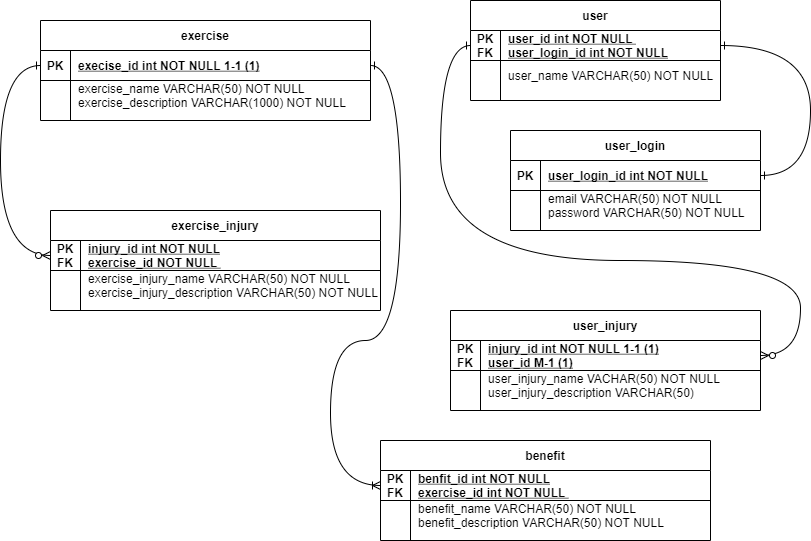
Above: documentation/Logical Design.png in CS480UIC/cs480-final-project-aging_population_fitness (draw.io), before the change. Source tidied: cells renumbered, new cells last; positions are measured from the earlier drawing's top-left corner, leaving out a move shared by most shapes. The source it was exported from:
```xml
<mxGraphModel>
  <root>
    <mxCell id="0" />
    <mxCell id="1" parent="0" />
    <mxCell id="2" value="exercise" style="shape=table;startSize=30;rowLines=0;fontStyle=1;align=center;" parent="1" vertex="1">
      <mxGeometry x="40" y="20" width="330" height="100" as="geometry" />
    </mxCell>
    <mxCell id="3" style="shape=partialRectangle;fillColor=none;points=[[0,0.5],[1,0.5]];portConstraint=eastwest;top=0;left=0;right=0;bottom=1;" parent="2" vertex="1">
      <mxGeometry y="30" width="330" height="30" as="geometry" />
    </mxCell>
    <mxCell id="4" value="PK" style="shape=partialRectangle;overflow=hidden;fillColor=none;top=0;left=0;bottom=0;right=0;fontStyle=1;" parent="3" vertex="1">
      <mxGeometry width="30" height="30" as="geometry" />
    </mxCell>
    <mxCell id="5" value="execise_id int NOT NULL 1-1 (1)" style="shape=partialRectangle;overflow=hidden;fillColor=none;top=0;left=0;bottom=0;right=0;align=left;spacingLeft=6;fontStyle=5;" parent="3" vertex="1">
      <mxGeometry x="30" width="300" height="30" as="geometry" />
    </mxCell>
    <mxCell id="6" style="shape=partialRectangle;fillColor=none;top=0;left=0;right=0;bottom=0;" parent="2" vertex="1">
      <mxGeometry y="60" width="330" height="30" as="geometry" />
    </mxCell>
    <mxCell id="7" style="shape=partialRectangle;overflow=hidden;fillColor=none;top=0;left=0;bottom=0;right=0;" parent="6" vertex="1">
      <mxGeometry width="30" height="30" as="geometry" />
    </mxCell>
    <mxCell id="8" value="exercise_name VARCHAR(50) NOT NULL&#10;exercise_description VARCHAR(1000) NOT NULL " style="shape=partialRectangle;overflow=hidden;fillColor=none;top=0;left=0;bottom=0;right=0;align=left;spacingLeft=6;" parent="6" vertex="1">
      <mxGeometry x="30" width="300" height="30" as="geometry" />
    </mxCell>
    <mxCell id="9" value="user" style="shape=table;startSize=30;rowLines=0;fontStyle=1;align=center;" parent="1" vertex="1">
      <mxGeometry x="470" width="250" height="100" as="geometry" />
    </mxCell>
    <mxCell id="10" style="shape=partialRectangle;fillColor=none;points=[[0,0.5],[1,0.5]];portConstraint=eastwest;top=0;left=0;right=0;bottom=1;" parent="9" vertex="1">
      <mxGeometry y="30" width="250" height="30" as="geometry" />
    </mxCell>
    <mxCell id="11" value="PK&#10;FK" style="shape=partialRectangle;overflow=hidden;fillColor=none;top=0;left=0;bottom=0;right=0;fontStyle=1;" parent="10" vertex="1">
      <mxGeometry width="30" height="30" as="geometry" />
    </mxCell>
    <mxCell id="12" value="user_id int NOT NULL &#10;user_login_id int NOT NULL" style="shape=partialRectangle;overflow=hidden;fillColor=none;top=0;left=0;bottom=0;right=0;align=left;spacingLeft=6;fontStyle=5;" parent="10" vertex="1">
      <mxGeometry x="30" width="220" height="30" as="geometry" />
    </mxCell>
    <mxCell id="13" style="shape=partialRectangle;fillColor=none;top=0;left=0;right=0;bottom=0;" parent="9" vertex="1">
      <mxGeometry y="60" width="250" height="30" as="geometry" />
    </mxCell>
    <mxCell id="14" style="shape=partialRectangle;overflow=hidden;fillColor=none;top=0;left=0;bottom=0;right=0;" parent="13" vertex="1">
      <mxGeometry width="30" height="30" as="geometry" />
    </mxCell>
    <mxCell id="15" value="user_name VARCHAR(50) NOT NULL " style="shape=partialRectangle;overflow=hidden;fillColor=none;top=0;left=0;bottom=0;right=0;align=left;spacingLeft=6;" parent="13" vertex="1">
      <mxGeometry x="30" width="220" height="30" as="geometry" />
    </mxCell>
    <mxCell id="16" value="user_login" style="shape=table;startSize=30;rowLines=0;fontStyle=1;align=center;" parent="1" vertex="1">
      <mxGeometry x="510" y="130" width="250" height="100" as="geometry" />
    </mxCell>
    <mxCell id="17" style="shape=partialRectangle;fillColor=none;points=[[0,0.5],[1,0.5]];portConstraint=eastwest;top=0;left=0;right=0;bottom=1;" parent="16" vertex="1">
      <mxGeometry y="30" width="250" height="30" as="geometry" />
    </mxCell>
    <mxCell id="18" value="PK" style="shape=partialRectangle;overflow=hidden;fillColor=none;top=0;left=0;bottom=0;right=0;fontStyle=1;" parent="17" vertex="1">
      <mxGeometry width="30" height="30" as="geometry" />
    </mxCell>
    <mxCell id="19" value="user_login_id int NOT NULL" style="shape=partialRectangle;overflow=hidden;fillColor=none;top=0;left=0;bottom=0;right=0;align=left;spacingLeft=6;fontStyle=5;" parent="17" vertex="1">
      <mxGeometry x="30" width="220" height="30" as="geometry" />
    </mxCell>
    <mxCell id="20" style="shape=partialRectangle;fillColor=none;top=0;left=0;right=0;bottom=0;" parent="16" vertex="1">
      <mxGeometry y="60" width="250" height="30" as="geometry" />
    </mxCell>
    <mxCell id="21" style="shape=partialRectangle;overflow=hidden;fillColor=none;top=0;left=0;bottom=0;right=0;" parent="20" vertex="1">
      <mxGeometry width="30" height="30" as="geometry" />
    </mxCell>
    <mxCell id="22" value="email VARCHAR(50) NOT NULL &#10;password VARCHAR(50) NOT NULL " style="shape=partialRectangle;overflow=hidden;fillColor=none;top=0;left=0;bottom=0;right=0;align=left;spacingLeft=6;" parent="20" vertex="1">
      <mxGeometry x="30" width="220" height="30" as="geometry" />
    </mxCell>
    <mxCell id="23" value="user_injury" style="shape=table;startSize=30;rowLines=0;fontStyle=1;align=center;" parent="1" vertex="1">
      <mxGeometry x="450" y="310" width="310" height="100" as="geometry" />
    </mxCell>
    <mxCell id="24" style="shape=partialRectangle;fillColor=none;points=[[0,0.5],[1,0.5]];portConstraint=eastwest;top=0;left=0;right=0;bottom=1;" parent="23" vertex="1">
      <mxGeometry y="30" width="310" height="30" as="geometry" />
    </mxCell>
    <mxCell id="25" value="PK&#10;FK" style="shape=partialRectangle;overflow=hidden;fillColor=none;top=0;left=0;bottom=0;right=0;fontStyle=1;" parent="24" vertex="1">
      <mxGeometry width="30" height="30" as="geometry" />
    </mxCell>
    <mxCell id="26" value="injury_id int NOT NULL 1-1 (1)&#10;user_id M-1 (1)" style="shape=partialRectangle;overflow=hidden;fillColor=none;top=0;left=0;bottom=0;right=0;align=left;spacingLeft=6;fontStyle=5;" parent="24" vertex="1">
      <mxGeometry x="30" width="280" height="30" as="geometry" />
    </mxCell>
    <mxCell id="27" style="shape=partialRectangle;fillColor=none;top=0;left=0;right=0;bottom=0;" parent="23" vertex="1">
      <mxGeometry y="60" width="310" height="30" as="geometry" />
    </mxCell>
    <mxCell id="28" style="shape=partialRectangle;overflow=hidden;fillColor=none;top=0;left=0;bottom=0;right=0;" parent="27" vertex="1">
      <mxGeometry width="30" height="30" as="geometry" />
    </mxCell>
    <mxCell id="29" value="user_injury_name VACHAR(50) NOT NULL &#10;user_injury_description VARCHAR(50) " style="shape=partialRectangle;overflow=hidden;fillColor=none;top=0;left=0;bottom=0;right=0;align=left;spacingLeft=6;" parent="27" vertex="1">
      <mxGeometry x="30" width="280" height="30" as="geometry" />
    </mxCell>
    <mxCell id="30" value="benefit" style="shape=table;startSize=30;rowLines=0;fontStyle=1;align=center;" parent="1" vertex="1">
      <mxGeometry x="380" y="440" width="330" height="100" as="geometry" />
    </mxCell>
    <mxCell id="31" style="shape=partialRectangle;fillColor=none;points=[[0,0.5],[1,0.5]];portConstraint=eastwest;top=0;left=0;right=0;bottom=1;" parent="30" vertex="1">
      <mxGeometry y="30" width="330" height="30" as="geometry" />
    </mxCell>
    <mxCell id="32" value="PK&#10;FK" style="shape=partialRectangle;overflow=hidden;fillColor=none;top=0;left=0;bottom=0;right=0;fontStyle=1;" parent="31" vertex="1">
      <mxGeometry width="30" height="30" as="geometry" />
    </mxCell>
    <mxCell id="33" value="benfit_id int NOT NULL&#10;exercise_id int NOT NULL " style="shape=partialRectangle;overflow=hidden;fillColor=none;top=0;left=0;bottom=0;right=0;align=left;spacingLeft=6;fontStyle=5;" parent="31" vertex="1">
      <mxGeometry x="30" width="300" height="30" as="geometry" />
    </mxCell>
    <mxCell id="34" style="shape=partialRectangle;fillColor=none;top=0;left=0;right=0;bottom=0;" parent="30" vertex="1">
      <mxGeometry y="60" width="330" height="30" as="geometry" />
    </mxCell>
    <mxCell id="35" style="shape=partialRectangle;overflow=hidden;fillColor=none;top=0;left=0;bottom=0;right=0;" parent="34" vertex="1">
      <mxGeometry width="30" height="30" as="geometry" />
    </mxCell>
    <mxCell id="36" value="benefit_name VARCHAR(50) NOT NULL &#10;benefit_description VARCHAR(50) NOT NULL " style="shape=partialRectangle;overflow=hidden;fillColor=none;top=0;left=0;bottom=0;right=0;align=left;spacingLeft=6;" parent="34" vertex="1">
      <mxGeometry x="30" width="300" height="30" as="geometry" />
    </mxCell>
    <mxCell id="37" value="exercise_injury" style="shape=table;startSize=30;rowLines=0;fontStyle=1;align=center;" parent="1" vertex="1">
      <mxGeometry x="50" y="210" width="330" height="100" as="geometry" />
    </mxCell>
    <mxCell id="38" style="shape=partialRectangle;fillColor=none;points=[[0,0.5],[1,0.5]];portConstraint=eastwest;top=0;left=0;right=0;bottom=1;" parent="37" vertex="1">
      <mxGeometry y="30" width="330" height="30" as="geometry" />
    </mxCell>
    <mxCell id="39" value="PK&#10;FK" style="shape=partialRectangle;overflow=hidden;fillColor=none;top=0;left=0;bottom=0;right=0;fontStyle=1;" parent="38" vertex="1">
      <mxGeometry width="30" height="30" as="geometry" />
    </mxCell>
    <mxCell id="40" value="injury_id int NOT NULL&#10;exercise_id NOT NULL " style="shape=partialRectangle;overflow=hidden;fillColor=none;top=0;left=0;bottom=0;right=0;align=left;spacingLeft=6;fontStyle=5;" parent="38" vertex="1">
      <mxGeometry x="30" width="300" height="30" as="geometry" />
    </mxCell>
    <mxCell id="41" style="shape=partialRectangle;fillColor=none;top=0;left=0;right=0;bottom=0;" parent="37" vertex="1">
      <mxGeometry y="60" width="330" height="30" as="geometry" />
    </mxCell>
    <mxCell id="42" style="shape=partialRectangle;overflow=hidden;fillColor=none;top=0;left=0;bottom=0;right=0;" parent="41" vertex="1">
      <mxGeometry width="30" height="30" as="geometry" />
    </mxCell>
    <mxCell id="43" value="exercise_injury_name VARCHAR(50) NOT NULL &#10;exercise_injury_description VARCHAR(50) NOT NULL " style="shape=partialRectangle;overflow=hidden;fillColor=none;top=0;left=0;bottom=0;right=0;align=left;spacingLeft=6;" parent="41" vertex="1">
      <mxGeometry x="30" width="300" height="30" as="geometry" />
    </mxCell>
    <mxCell id="44" style="edgeStyle=orthogonalEdgeStyle;endArrow=ERzeroToMany;startArrow=ERone;endFill=1;startFill=0;exitX=0;exitY=0.5;exitDx=0;exitDy=0;entryX=1;entryY=0.5;entryDx=0;entryDy=0;curved=1;" parent="1" edge="1" source="10" target="24">
      <mxGeometry relative="1" as="geometry">
        <Array as="points">
          <mxPoint x="440" y="45" />
          <mxPoint x="440" y="260" />
          <mxPoint x="800" y="260" />
          <mxPoint x="800" y="355" />
        </Array>
      </mxGeometry>
    </mxCell>
    <mxCell id="45" style="edgeStyle=orthogonalEdgeStyle;endArrow=ERone;startArrow=ERone;endFill=0;startFill=0;exitX=1;exitY=0.5;exitDx=0;exitDy=0;entryX=1;entryY=0.5;entryDx=0;entryDy=0;curved=1;" parent="1" edge="1" source="10" target="17">
      <mxGeometry relative="1" as="geometry">
        <Array as="points">
          <mxPoint x="810" y="45" />
          <mxPoint x="810" y="175" />
        </Array>
      </mxGeometry>
    </mxCell>
    <mxCell id="46" style="edgeStyle=orthogonalEdgeStyle;endArrow=ERoneToMany;startArrow=ERone;endFill=0;startFill=0;exitX=1;exitY=0.5;exitDx=0;exitDy=0;entryX=0;entryY=0.5;entryDx=0;entryDy=0;curved=1;" parent="1" edge="1" source="3" target="31">
      <mxGeometry relative="1" as="geometry">
        <Array as="points">
          <mxPoint x="400" y="65" />
          <mxPoint x="400" y="340" />
          <mxPoint x="330" y="340" />
          <mxPoint x="330" y="485" />
        </Array>
      </mxGeometry>
    </mxCell>
    <mxCell id="47" style="edgeStyle=orthogonalEdgeStyle;endArrow=ERzeroToMany;startArrow=ERone;endFill=1;startFill=0;exitX=0;exitY=0.5;exitDx=0;exitDy=0;jumpStyle=arc;entryX=0;entryY=0.5;entryDx=0;entryDy=0;curved=1;" parent="1" edge="1" source="3" target="38">
      <mxGeometry relative="1" as="geometry">
        <Array as="points">
          <mxPoint y="65" />
          <mxPoint y="255" />
        </Array>
      </mxGeometry>
    </mxCell>
  </root>
</mxGraphModel>
```
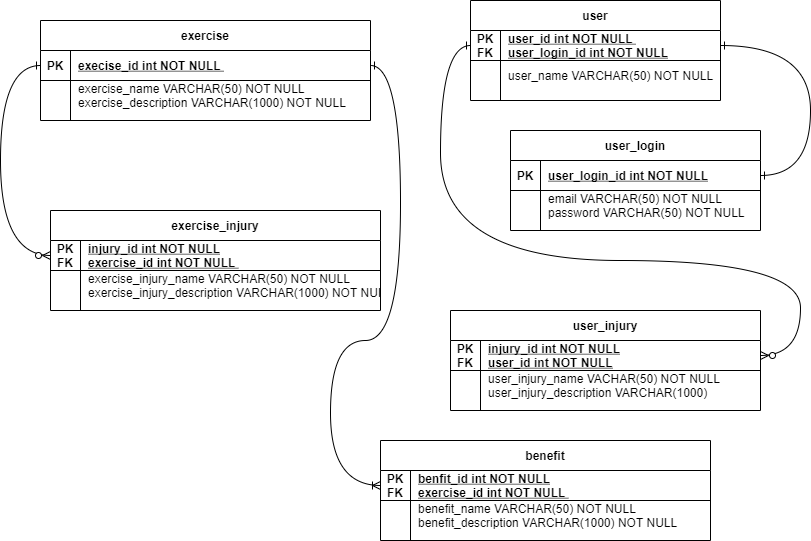
After the change.

What changed in the source:
```diff
@@ -11,7 +11,7 @@
     <mxCell id="4" value="PK" style="shape=partialRectangle;overflow=hidden;fillColor=none;top=0;left=0;bottom=0;right=0;fontStyle=1;" parent="3" vertex="1">
       <mxGeometry width="30" height="30" as="geometry" />
     </mxCell>
-    <mxCell id="5" value="execise_id int NOT NULL 1-1 (1)" style="shape=partialRectangle;overflow=hidden;fillColor=none;top=0;left=0;bottom=0;right=0;align=left;spacingLeft=6;fontStyle=5;" parent="3" vertex="1">
+    <mxCell id="5" value="execise_id int NOT NULL " style="shape=partialRectangle;overflow=hidden;fillColor=none;top=0;left=0;bottom=0;right=0;align=left;spacingLeft=6;fontStyle=5;" parent="3" vertex="1">
       <mxGeometry x="30" width="300" height="30" as="geometry" />
     </mxCell>
     <mxCell id="6" style="shape=partialRectangle;fillColor=none;top=0;left=0;right=0;bottom=0;" parent="2" vertex="1">
@@ -74,7 +74,7 @@
     <mxCell id="25" value="PK&#10;FK" style="shape=partialRectangle;overflow=hidden;fillColor=none;top=0;left=0;bottom=0;right=0;fontStyle=1;" parent="24" vertex="1">
       <mxGeometry width="30" height="30" as="geometry" />
     </mxCell>
-    <mxCell id="26" value="injury_id int NOT NULL 1-1 (1)&#10;user_id M-1 (1)" style="shape=partialRectangle;overflow=hidden;fillColor=none;top=0;left=0;bottom=0;right=0;align=left;spacingLeft=6;fontStyle=5;" parent="24" vertex="1">
+    <mxCell id="26" value="injury_id int NOT NULL&#10;user_id int NOT NULL" style="shape=partialRectangle;overflow=hidden;fillColor=none;top=0;left=0;bottom=0;right=0;align=left;spacingLeft=6;fontStyle=5;" parent="24" vertex="1">
       <mxGeometry x="30" width="280" height="30" as="geometry" />
     </mxCell>
     <mxCell id="27" style="shape=partialRectangle;fillColor=none;top=0;left=0;right=0;bottom=0;" parent="23" vertex="1">
@@ -83,7 +83,7 @@
     <mxCell id="28" style="shape=partialRectangle;overflow=hidden;fillColor=none;top=0;left=0;bottom=0;right=0;" parent="27" vertex="1">
       <mxGeometry width="30" height="30" as="geometry" />
     </mxCell>
-    <mxCell id="29" value="user_injury_name VACHAR(50) NOT NULL &#10;user_injury_description VARCHAR(50) " style="shape=partialRectangle;overflow=hidden;fillColor=none;top=0;left=0;bottom=0;right=0;align=left;spacingLeft=6;" parent="27" vertex="1">
+    <mxCell id="29" value="user_injury_name VACHAR(50) NOT NULL &#10;user_injury_description VARCHAR(1000) " style="shape=partialRectangle;overflow=hidden;fillColor=none;top=0;left=0;bottom=0;right=0;align=left;spacingLeft=6;" parent="27" vertex="1">
       <mxGeometry x="30" width="280" height="30" as="geometry" />
     </mxCell>
     <mxCell id="30" value="benefit" style="shape=table;startSize=30;rowLines=0;fontStyle=1;align=center;" parent="1" vertex="1">
@@ -104,7 +104,7 @@
     <mxCell id="35" style="shape=partialRectangle;overflow=hidden;fillColor=none;top=0;left=0;bottom=0;right=0;" parent="34" vertex="1">
       <mxGeometry width="30" height="30" as="geometry" />
     </mxCell>
-    <mxCell id="36" value="benefit_name VARCHAR(50) NOT NULL &#10;benefit_description VARCHAR(50) NOT NULL " style="shape=partialRectangle;overflow=hidden;fillColor=none;top=0;left=0;bottom=0;right=0;align=left;spacingLeft=6;" parent="34" vertex="1">
+    <mxCell id="36" value="benefit_name VARCHAR(50) NOT NULL &#10;benefit_description VARCHAR(1000) NOT NULL " style="shape=partialRectangle;overflow=hidden;fillColor=none;top=0;left=0;bottom=0;right=0;align=left;spacingLeft=6;" parent="34" vertex="1">
       <mxGeometry x="30" width="300" height="30" as="geometry" />
     </mxCell>
     <mxCell id="37" value="exercise_injury" style="shape=table;startSize=30;rowLines=0;fontStyle=1;align=center;" parent="1" vertex="1">
@@ -116,7 +116,7 @@
     <mxCell id="39" value="PK&#10;FK" style="shape=partialRectangle;overflow=hidden;fillColor=none;top=0;left=0;bottom=0;right=0;fontStyle=1;" parent="38" vertex="1">
       <mxGeometry width="30" height="30" as="geometry" />
     </mxCell>
-    <mxCell id="40" value="injury_id int NOT NULL&#10;exercise_id NOT NULL " style="shape=partialRectangle;overflow=hidden;fillColor=none;top=0;left=0;bottom=0;right=0;align=left;spacingLeft=6;fontStyle=5;" parent="38" vertex="1">
+    <mxCell id="40" value="injury_id int NOT NULL&#10;exercise_id int NOT NULL " style="shape=partialRectangle;overflow=hidden;fillColor=none;top=0;left=0;bottom=0;right=0;align=left;spacingLeft=6;fontStyle=5;" parent="38" vertex="1">
       <mxGeometry x="30" width="300" height="30" as="geometry" />
     </mxCell>
     <mxCell id="41" style="shape=partialRectangle;fillColor=none;top=0;left=0;right=0;bottom=0;" parent="37" vertex="1">
@@ -125,7 +125,7 @@
     <mxCell id="42" style="shape=partialRectangle;overflow=hidden;fillColor=none;top=0;left=0;bottom=0;right=0;" parent="41" vertex="1">
       <mxGeometry width="30" height="30" as="geometry" />
     </mxCell>
-    <mxCell id="43" value="exercise_injury_name VARCHAR(50) NOT NULL &#10;exercise_injury_description VARCHAR(50) NOT NULL " style="shape=partialRectangle;overflow=hidden;fillColor=none;top=0;left=0;bottom=0;right=0;align=left;spacingLeft=6;" parent="41" vertex="1">
+    <mxCell id="43" value="exercise_injury_name VARCHAR(50) NOT NULL &#10;exercise_injury_description VARCHAR(1000) NOT NULL " style="shape=partialRectangle;overflow=hidden;fillColor=none;top=0;left=0;bottom=0;right=0;align=left;spacingLeft=6;" parent="41" vertex="1">
       <mxGeometry x="30" width="300" height="30" as="geometry" />
     </mxCell>
     <mxCell id="44" style="edgeStyle=orthogonalEdgeStyle;endArrow=ERzeroToMany;startArrow=ERone;endFill=1;startFill=0;exitX=0;exitY=0.5;exitDx=0;exitDy=0;entryX=1;entryY=0.5;entryDx=0;entryDy=0;curved=1;" parent="1" edge="1" source="10" target="24">
```
